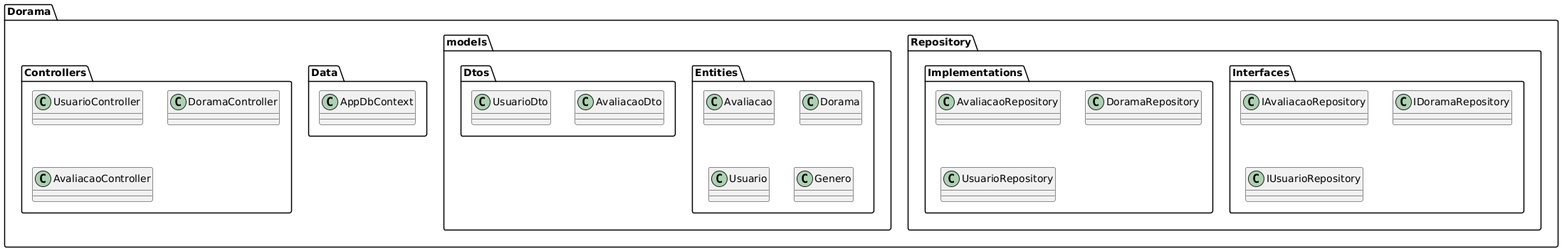
Before: Trab1-PS/diagramas/diagrama_png/diagrama de projeto.png, a diagram exported from PlantUML (KaioHenr/Trab1-PS).
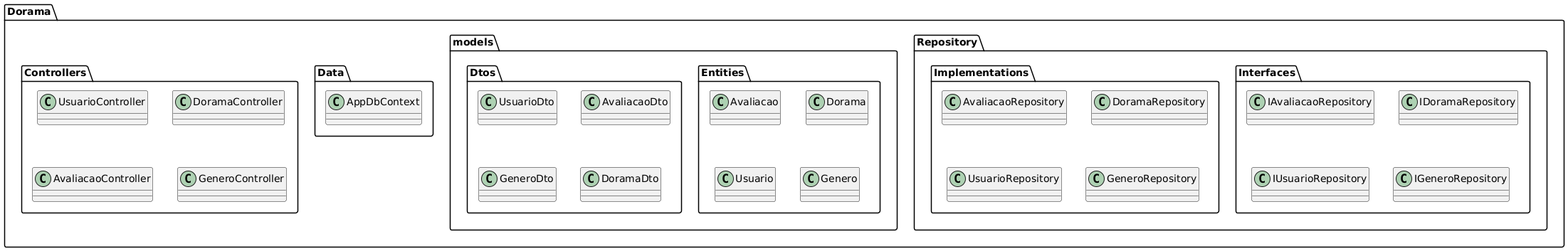
The same diagram one commit later.

Commit message:
update diagrama: diagrama de projeto

What changed in the source:
```diff
@@ -5,6 +5,7 @@
         class UsuarioController
         class DoramaController
         class AvaliacaoController
+        class GeneroController
         }
 
 
@@ -15,6 +16,8 @@
                 package Dtos {
         class UsuarioDto
         class AvaliacaoDto
+        class GeneroDto
+        class DoramaDto
 }
                 package Entities {
         class Avaliacao
@@ -35,12 +38,14 @@
         class AvaliacaoRepository
         class DoramaRepository
         class UsuarioRepository
+        class GeneroRepository
         }
         package Interfaces{
 
         class IAvaliacaoRepository
         class IDoramaRepository
         class IUsuarioRepository
+        class IGeneroRepository
 
         }
 
```
